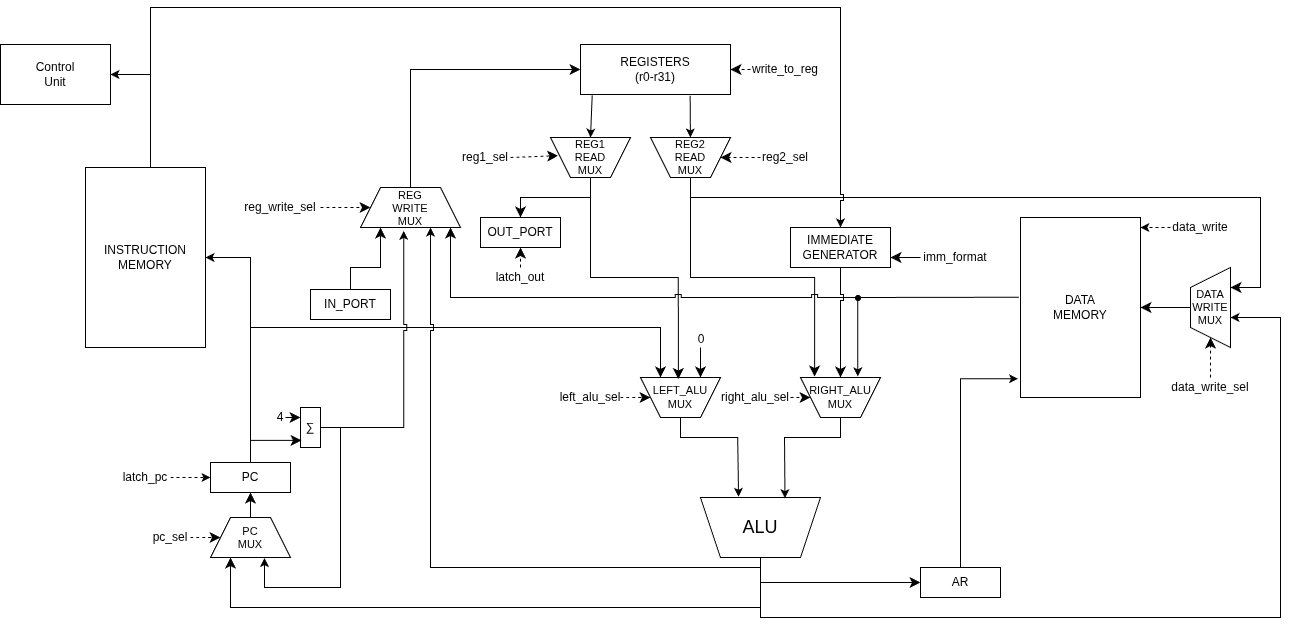
Before: datapath.png, a diagram exported from draw.io (IlyaGorelov/meow). Source tidied: cells renumbered, new cells last; positions are measured from the earlier drawing's top-left corner, leaving out a move shared by most shapes.
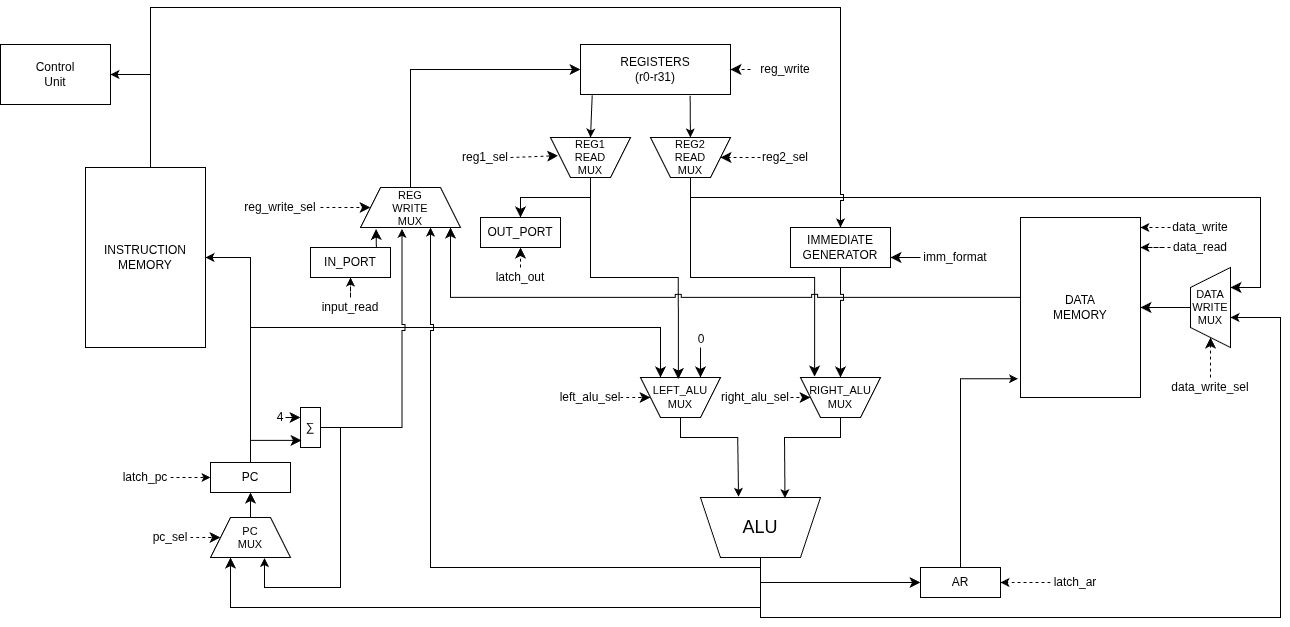
The same diagram one commit later.

The edit, as a diff of the source:
```diff
@@ -43,13 +43,6 @@
         </Array>
       </mxGeometry>
     </mxCell>
-    <mxCell id="11" style="endArrow=classic;html=1;rounded=0;defaultLabelBackgroundColor=page;exitX=-0.014;exitY=0.443;exitDx=0;exitDy=0;exitPerimeter=0;entryX=0.284;entryY=1.028;entryDx=0;entryDy=0;entryPerimeter=0;" parent="1" edge="1" source="7" target="3">
-      <mxGeometry x="0.08" relative="1" as="geometry">
-        <Array as="points">
-          <mxPoint x="857.3" y="290" />
-        </Array>
-      </mxGeometry>
-    </mxCell>
     <mxCell id="12" style="endArrow=classic;html=1;rounded=0;defaultLabelBackgroundColor=page;" parent="1" edge="1">
       <mxGeometry x="-0.32" relative="1" as="geometry">
         <mxPoint x="760" y="550" as="sourcePoint" />
@@ -73,7 +66,7 @@
     <mxCell id="16" style="endArrow=classic;html=1;rounded=0;fontSize=12;defaultLabelBackgroundColor=page;startSize=8;endSize=8;curved=1;exitX=1;exitY=0.5;exitDx=0;exitDy=0;dashed=1;" parent="1" edge="1" source="15" target="3">
       <mxGeometry relative="1" as="geometry" />
     </mxCell>
-    <mxCell id="17" value="write_to_reg" style="text;html=1;whiteSpace=wrap;strokeColor=none;fillColor=none;align=center;verticalAlign=middle;rounded=0;" parent="1" vertex="1">
+    <mxCell id="17" value="reg_write" style="text;html=1;whiteSpace=wrap;strokeColor=none;fillColor=none;align=center;verticalAlign=middle;rounded=0;" parent="1" vertex="1">
       <mxGeometry x="750" y="52" width="70" height="20" as="geometry" />
     </mxCell>
     <mxCell id="18" style="endArrow=classic;html=1;rounded=0;fontSize=12;defaultLabelBackgroundColor=page;startSize=8;endSize=8;curved=1;entryX=1;entryY=0.5;entryDx=0;entryDy=0;exitX=0;exitY=0.5;exitDx=0;exitDy=0;dashed=1;" parent="1" edge="1" source="17" target="8">
@@ -189,20 +182,16 @@
     <mxCell id="45" value="REG&lt;div&gt;WRITE&lt;/div&gt;&lt;div&gt;MUX&lt;/div&gt;" style="shape=trapezoid;perimeter=trapezoidPerimeter;whiteSpace=wrap;html=1;shapeInside=1;fixedSize=1;direction=east;fontSize=11;rounded=0;" parent="1" vertex="1">
       <mxGeometry x="360" y="180" width="100" height="40" as="geometry" />
     </mxCell>
-    <mxCell id="46" style="endArrow=classic;html=1;rounded=0;fontSize=12;defaultLabelBackgroundColor=page;startSize=8;endSize=8;edgeStyle=orthogonalEdgeStyle;jumpStyle=sharp;" parent="1" edge="1" target="45">
-      <mxGeometry x="0.09" relative="1" as="geometry">
-        <mxPoint x="860" y="290" as="sourcePoint" />
+    <mxCell id="46" style="endArrow=classic;html=1;rounded=0;fontSize=12;defaultLabelBackgroundColor=page;startSize=8;endSize=8;edgeStyle=orthogonalEdgeStyle;jumpStyle=sharp;exitX=0;exitY=0.444;exitDx=0;exitDy=0;exitPerimeter=0;" parent="1" edge="1" source="7" target="45">
+      <mxGeometry x="0.32" relative="1" as="geometry">
         <Array as="points">
-          <mxPoint x="450" y="290" />
+          <mxPoint x="450" y="289.9" />
         </Array>
       </mxGeometry>
     </mxCell>
     <mxCell id="47" style="endArrow=classic;html=1;rounded=0;fontSize=12;defaultLabelBackgroundColor=page;startSize=8;endSize=8;exitX=0.5;exitY=1;exitDx=0;exitDy=0;entryX=0.5;entryY=1;entryDx=0;entryDy=0;edgeStyle=orthogonalEdgeStyle;libavoidRouting=1;jumpStyle=sharp;" parent="1" edge="1" source="33" target="3">
       <mxGeometry relative="1" as="geometry" />
     </mxCell>
-    <mxCell id="48" style="ellipse;whiteSpace=wrap;html=1;shapeInside=1;fillColor=#000000;" parent="1" vertex="1">
-      <mxGeometry x="855" y="288" width="5" height="5" as="geometry" />
-    </mxCell>
     <mxCell id="49" value="reg_write_sel" style="text;html=1;whiteSpace=wrap;strokeColor=none;fillColor=none;align=center;verticalAlign=middle;rounded=0;" parent="1" vertex="1">
       <mxGeometry x="240" y="190" width="80" height="20" as="geometry" />
     </mxCell>
@@ -238,15 +227,10 @@
       <mxGeometry x="150" y="520" width="40" height="20" as="geometry" />
     </mxCell>
     <mxCell id="59" value="IN_PORT" style="rounded=0;whiteSpace=wrap;html=1;" parent="1" vertex="1">
-      <mxGeometry x="310" y="282" width="80" height="30" as="geometry" />
+      <mxGeometry x="310" y="240" width="80" height="30" as="geometry" />
     </mxCell>
-    <mxCell id="60" style="edgeStyle=orthogonalEdgeStyle;rounded=0;jettySize=auto;html=1;fontSize=12;defaultLabelBackgroundColor=page;startSize=8;endSize=8;exitX=0.5;exitY=0;exitDx=0;exitDy=0;" parent="1" edge="1" source="59" target="45">
-      <mxGeometry x="0.39" relative="1" as="geometry">
-        <Array as="points">
-          <mxPoint x="350" y="260" />
-          <mxPoint x="380" y="260" />
-        </Array>
-      </mxGeometry>
+    <mxCell id="60" style="rounded=0;jettySize=auto;html=1;fontSize=12;defaultLabelBackgroundColor=page;startSize=8;endSize=8;exitX=0.823;exitY=-0.01;exitDx=0;exitDy=0;entryX=0.156;entryY=1.036;entryDx=0;entryDy=0;exitPerimeter=0;entryPerimeter=0;" parent="1" edge="1" source="59" target="45">
+      <mxGeometry x="0.39" relative="1" as="geometry" />
     </mxCell>
     <mxCell id="61" value="OUT_PORT" style="rounded=0;whiteSpace=wrap;html=1;" parent="1" vertex="1">
       <mxGeometry x="480" y="210" width="80" height="30" as="geometry" />
@@ -299,7 +283,7 @@
         </Array>
       </mxGeometry>
     </mxCell>
-    <mxCell id="72" style="edgeStyle=orthogonalEdgeStyle;rounded=0;jettySize=auto;html=1;entryX=0.432;entryY=1.085;entryDx=0;entryDy=0;entryPerimeter=0;defaultLabelBackgroundColor=page;jumpStyle=sharp;" parent="1" edge="1" source="53" target="45">
+    <mxCell id="72" style="edgeStyle=orthogonalEdgeStyle;rounded=0;jettySize=auto;html=1;entryX=0.415;entryY=1.035;entryDx=0;entryDy=0;entryPerimeter=0;defaultLabelBackgroundColor=page;jumpStyle=sharp;" parent="1" edge="1" source="53" target="45">
       <mxGeometry relative="1" as="geometry" />
     </mxCell>
     <mxCell id="73" style="edgeStyle=orthogonalEdgeStyle;rounded=0;jettySize=auto;html=1;entryX=0.675;entryY=1.012;entryDx=0;entryDy=0;entryPerimeter=0;defaultLabelBackgroundColor=page;" parent="1" edge="1" source="53" target="52">
@@ -317,5 +301,25 @@
     <mxCell id="75" style="edgeStyle=orthogonalEdgeStyle;rounded=0;jettySize=auto;html=1;entryX=0.999;entryY=0.056;entryDx=0;entryDy=0;entryPerimeter=0;defaultLabelBackgroundColor=page;dashed=1;" parent="1" edge="1" source="74" target="7">
       <mxGeometry relative="1" as="geometry" />
     </mxCell>
+    <mxCell id="76" style="edgeStyle=orthogonalEdgeStyle;rounded=0;jettySize=auto;html=1;entryX=1;entryY=0.5;entryDx=0;entryDy=0;defaultLabelBackgroundColor=page;dashed=1;" parent="1" edge="1" source="77" target="9">
+      <mxGeometry relative="1" as="geometry" />
+    </mxCell>
+    <mxCell id="77" value="latch_ar" style="text;html=1;whiteSpace=wrap;strokeColor=none;fillColor=none;align=center;verticalAlign=middle;rounded=0;" parent="1" vertex="1">
+      <mxGeometry x="1050" y="565" width="50" height="20" as="geometry" />
+    </mxCell>
+    <mxCell id="78" style="edgeStyle=orthogonalEdgeStyle;rounded=0;jettySize=auto;html=1;entryX=0.5;entryY=1;entryDx=0;entryDy=0;defaultLabelBackgroundColor=page;dashed=1;" parent="1" edge="1" source="79" target="59">
+      <mxGeometry relative="1" as="geometry" />
+    </mxCell>
+    <mxCell id="79" value="input_read" style="text;html=1;whiteSpace=wrap;strokeColor=none;fillColor=none;align=center;verticalAlign=middle;rounded=0;" parent="1" vertex="1">
+      <mxGeometry x="310" y="290" width="80" height="20" as="geometry" />
+    </mxCell>
+    <mxCell id="80" value="data_read" style="text;html=1;whiteSpace=wrap;strokeColor=none;fillColor=none;align=center;verticalAlign=middle;rounded=0;" parent="1" vertex="1">
+      <mxGeometry x="1170" y="230" width="60" height="20" as="geometry" />
+    </mxCell>
+    <mxCell id="81" style="edgeStyle=orthogonalEdgeStyle;rounded=0;jettySize=auto;html=1;entryX=0.999;entryY=0.056;entryDx=0;entryDy=0;entryPerimeter=0;defaultLabelBackgroundColor=page;dashed=1;" parent="1" edge="1" source="80">
+      <mxGeometry relative="1" as="geometry">
+        <mxPoint x="1140" y="240" as="targetPoint" />
+      </mxGeometry>
+    </mxCell>
   </root>
 </mxGraphModel>
```
